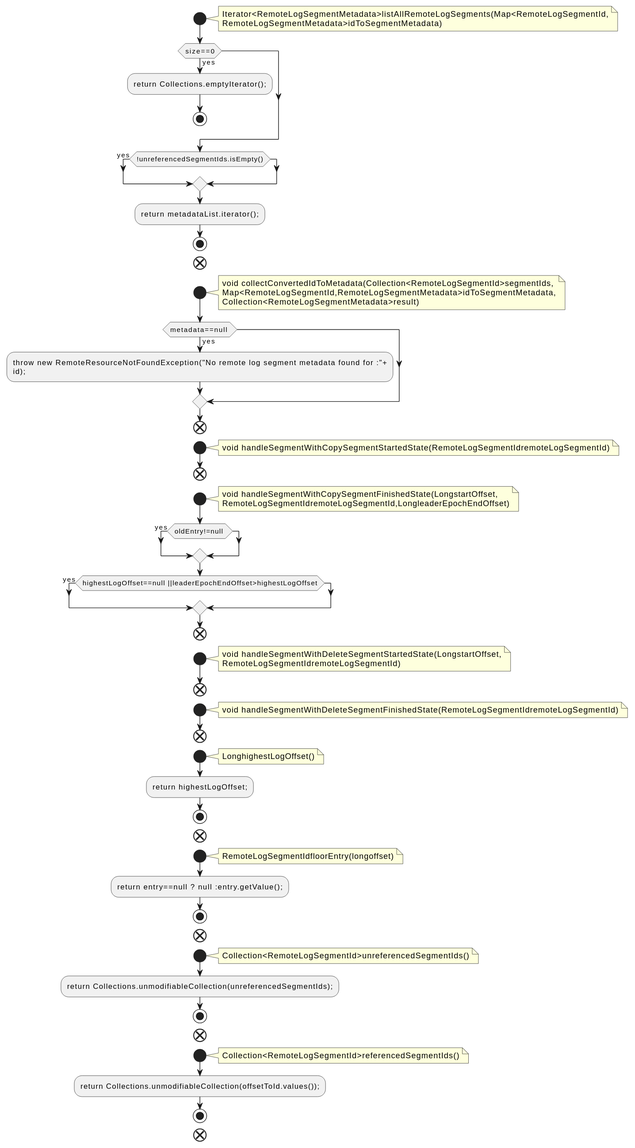
qualitesys/kafka keeps this PlantUML diagram as docs/qc/storage/src/main/java/org/apache/kafka/server/log/remote/metadata/storage/RemoteLogLeaderEpochState.java.fct.svg. Above is the earlier version. Source of this version:
```plantuml
@startuml
!pragma layout smetana
start
note right
Iterator<RemoteLogSegmentMetadata>listAllRemoteLogSegments(Map<RemoteLogSegmentId,
RemoteLogSegmentMetadata>idToSegmentMetadata)
end note
if (size==0) then (yes)
:return Collections.emptyIterator();;
stop
endif
if (!unreferencedSegmentIds.isEmpty()) then (yes)
endif
:return metadataList.iterator();;
stop
end
start
note right
void collectConvertedIdToMetadata(Collection<RemoteLogSegmentId>segmentIds,
Map<RemoteLogSegmentId,RemoteLogSegmentMetadata>idToSegmentMetadata,
Collection<RemoteLogSegmentMetadata>result)
end note
if (metadata==null ) then (yes)
:throw new RemoteResourceNotFoundException("No remote log segment metadata found for :"+
id);;
endif
end
start
note right
void handleSegmentWithCopySegmentStartedState(RemoteLogSegmentIdremoteLogSegmentId)
end note
end
start
note right
void handleSegmentWithCopySegmentFinishedState(LongstartOffset,
RemoteLogSegmentIdremoteLogSegmentId,LongleaderEpochEndOffset)
end note
if (oldEntry!=null ) then (yes)
endif
if (highestLogOffset==null ||leaderEpochEndOffset>highestLogOffset) then (yes)
endif
end
start
note right
void handleSegmentWithDeleteSegmentStartedState(LongstartOffset,
RemoteLogSegmentIdremoteLogSegmentId)
end note
end
start
note right
void handleSegmentWithDeleteSegmentFinishedState(RemoteLogSegmentIdremoteLogSegmentId)
end note
end
start
note right
LonghighestLogOffset()
end note
:return highestLogOffset;;
stop
end
start
note right
RemoteLogSegmentIdfloorEntry(longoffset)
end note
:return entry==null ? null :entry.getValue();;
stop
end
start
note right
Collection<RemoteLogSegmentId>unreferencedSegmentIds()
end note
:return Collections.unmodifiableCollection(unreferencedSegmentIds);;
stop
end
start
note right
Collection<RemoteLogSegmentId>referencedSegmentIds()
end note
:return Collections.unmodifiableCollection(offsetToId.values());;
stop
end
@enduml
```
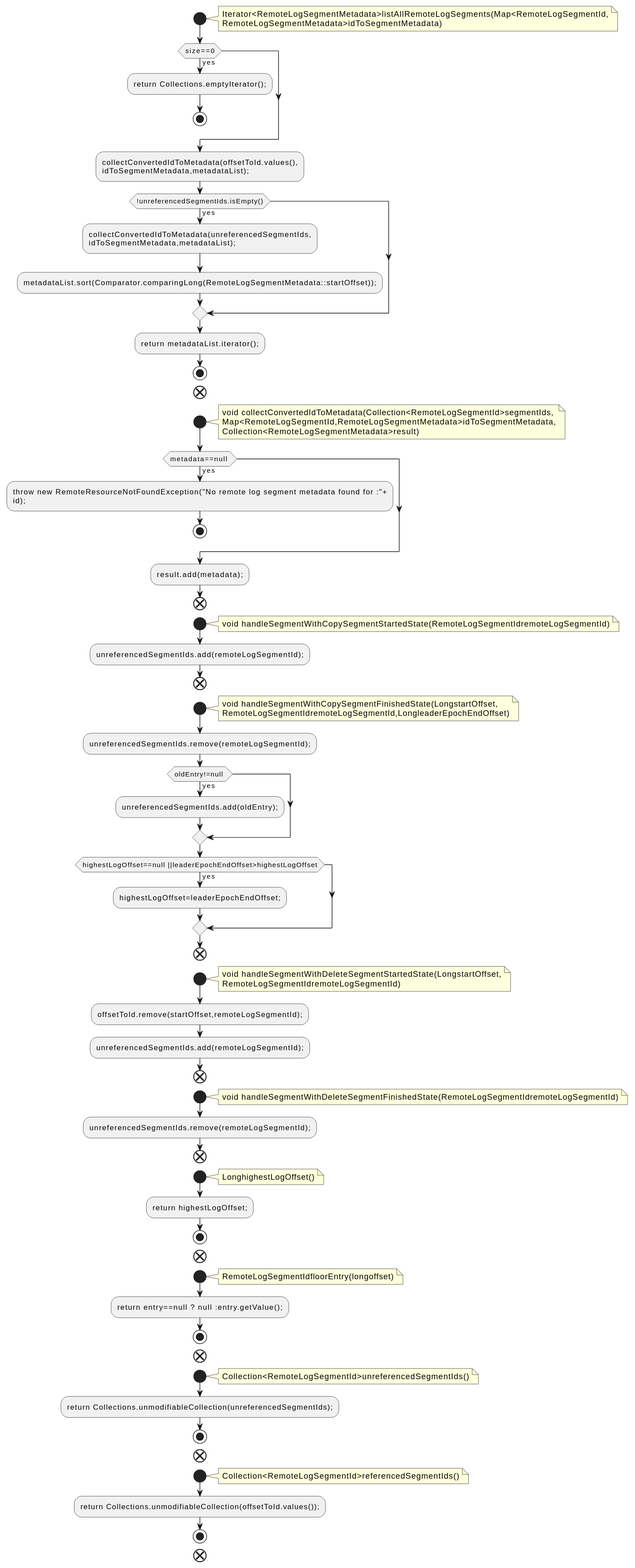
Above is the later version.

Change to the diagram source:
```diff
@@ -9,7 +9,12 @@
 :return Collections.emptyIterator();;
 stop
 endif
+:collectConvertedIdToMetadata(offsetToId.values(),
+idToSegmentMetadata,metadataList);;
 if (!unreferencedSegmentIds.isEmpty()) then (yes)
+:collectConvertedIdToMetadata(unreferencedSegmentIds,
+idToSegmentMetadata,metadataList);;
+:metadataList.sort(Comparator.comparingLong(RemoteLogSegmentMetadata::startOffset));;
 endif
 :return metadataList.iterator();;
 stop
@@ -23,21 +28,27 @@
 if (metadata==null ) then (yes)
 :throw new RemoteResourceNotFoundException("No remote log segment metadata found for :"+
 id);;
+stop
 endif
+:result.add(metadata);;
 end
 start
 note right
 void handleSegmentWithCopySegmentStartedState(RemoteLogSegmentIdremoteLogSegmentId)
 end note
+:unreferencedSegmentIds.add(remoteLogSegmentId);;
 end
 start
 note right
 void handleSegmentWithCopySegmentFinishedState(LongstartOffset,
 RemoteLogSegmentIdremoteLogSegmentId,LongleaderEpochEndOffset)
 end note
+:unreferencedSegmentIds.remove(remoteLogSegmentId);;
 if (oldEntry!=null ) then (yes)
+:unreferencedSegmentIds.add(oldEntry);;
 endif
 if (highestLogOffset==null ||leaderEpochEndOffset>highestLogOffset) then (yes)
+:highestLogOffset=leaderEpochEndOffset;;
 endif
 end
 start
@@ -45,11 +56,14 @@
 void handleSegmentWithDeleteSegmentStartedState(LongstartOffset,
 RemoteLogSegmentIdremoteLogSegmentId)
 end note
+:offsetToId.remove(startOffset,remoteLogSegmentId);;
+:unreferencedSegmentIds.add(remoteLogSegmentId);;
 end
 start
 note right
 void handleSegmentWithDeleteSegmentFinishedState(RemoteLogSegmentIdremoteLogSegmentId)
 end note
+:unreferencedSegmentIds.remove(remoteLogSegmentId);;
 end
 start
 note right
```
